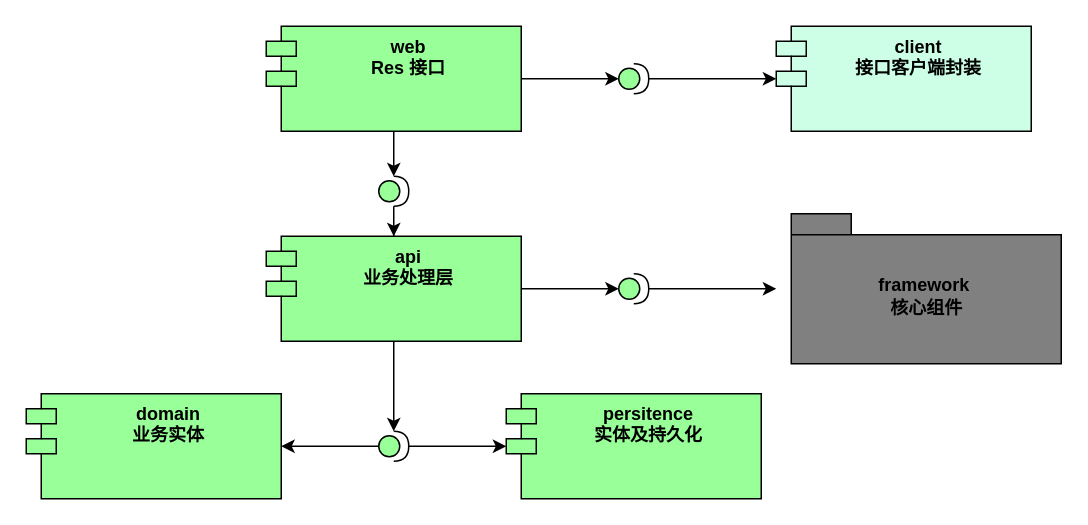
Before: framework/微服务程模块结构.drawio in Gopanpan/Gopan-drawing, a draw.io diagram. Source tidied: cells renumbered, new cells numbered last; positions are measured from the earlier drawing's top-left corner, leaving out a move shared by most shapes. Both pictures are drawn from the tidied source at 150%, with x=0, y=0 at pixel (26, 26).
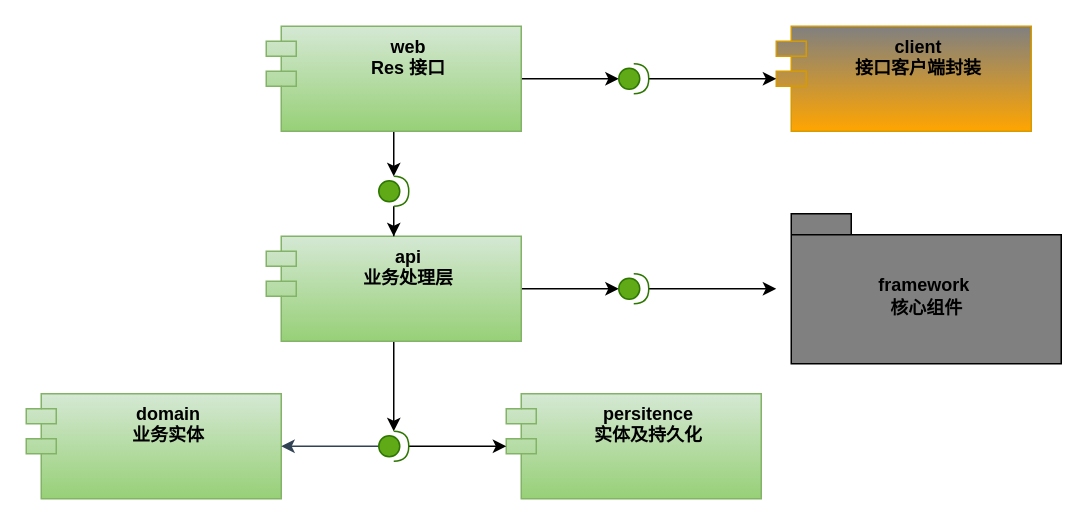
Above is the later version.

Commit message:
docs(framework): 修改颜色

Change to the diagram source:
```diff
@@
-    <mxCell id="2" value="persitence&#10;实体及持久化&#10;&#10;&#10;&#10;&#10;" style="shape=module;align=left;spacingLeft=20;align=center;verticalAlign=top;fillColor=#99FF99;fontStyle=1;" parent="1" vertex="1">
+    <mxCell id="2" value="persitence&#10;实体及持久化&#10;&#10;&#10;&#10;&#10;" style="shape=module;align=left;spacingLeft=20;align=center;verticalAlign=top;fillColor=#d5e8d4;fontStyle=1;strokeColor=#82b366;gradientColor=#97d077;fontColor=#000000;" parent="1" vertex="1">
       <mxGeometry x="320" y="245" width="170" height="70" as="geometry" />
     </mxCell>
-    <mxCell id="3" value="domain&#10;业务实体" style="shape=module;align=left;spacingLeft=20;align=center;verticalAlign=top;fillColor=#99FF99;fontStyle=1;" parent="1" vertex="1">
+    <mxCell id="3" value="domain&#10;业务实体" style="shape=module;align=left;spacingLeft=20;align=center;verticalAlign=top;fillColor=#d5e8d4;fontStyle=1;gradientColor=#97d077;strokeColor=#82b366;fontColor=#000000;" parent="1" vertex="1">
       <mxGeometry y="245" width="170" height="70" as="geometry" />
     </mxCell>
-    <mxCell id="4" style="edgeStyle=orthogonalEdgeStyle;rounded=0;jettySize=auto;html=1;" parent="1" edge="1" source="6" target="13">
+    <mxCell id="4" style="edgeStyle=orthogonalEdgeStyle;rounded=0;jettySize=auto;html=1;strokeColor=#000000;" parent="1" edge="1" source="6" target="13">
       <mxGeometry relative="1" as="geometry" />
     </mxCell>
-    <mxCell id="5" style="edgeStyle=orthogonalEdgeStyle;rounded=0;jettySize=auto;html=1;" parent="1" edge="1" source="6" target="19">
+    <mxCell id="5" style="edgeStyle=orthogonalEdgeStyle;rounded=0;jettySize=auto;html=1;strokeColor=#000000;" parent="1" edge="1" source="6" target="19">
       <mxGeometry relative="1" as="geometry" />
     </mxCell>
-    <mxCell id="6" value="api&#10;业务处理层" style="shape=module;align=left;spacingLeft=20;align=center;verticalAlign=top;fillColor=#99FF99;fontStyle=1;" parent="1" vertex="1">
+    <mxCell id="6" value="api&#10;业务处理层" style="shape=module;align=left;spacingLeft=20;align=center;verticalAlign=top;fillColor=#d5e8d4;fontStyle=1;strokeColor=#82b366;gradientColor=#97d077;fontColor=#000000;" parent="1" vertex="1">
       <mxGeometry x="160" y="140" width="170" height="70" as="geometry" />
     </mxCell>
-    <mxCell id="7" value="client&#10;接口客户端封装" style="shape=module;align=left;spacingLeft=20;align=center;verticalAlign=top;fillColor=#CCFFE6;fontStyle=1;" parent="1" vertex="1">
+    <mxCell id="7" value="client&#10;接口客户端封装" style="shape=module;align=left;spacingLeft=20;align=center;verticalAlign=top;fontStyle=1;gradientColor=#ffa500;strokeColor=#d79b00;fillColor=#808080;" parent="1" vertex="1">
       <mxGeometry x="500" width="170" height="70" as="geometry" />
     </mxCell>
-    <mxCell id="8" style="edgeStyle=orthogonalEdgeStyle;rounded=0;jettySize=auto;html=1;" parent="1" edge="1" source="10" target="15">
+    <mxCell id="8" style="edgeStyle=orthogonalEdgeStyle;rounded=0;jettySize=auto;html=1;strokeColor=#000000;" parent="1" edge="1" source="10" target="15">
       <mxGeometry relative="1" as="geometry" />
     </mxCell>
-    <mxCell id="9" style="edgeStyle=orthogonalEdgeStyle;rounded=0;jettySize=auto;html=1;" parent="1" edge="1" source="10" target="17">
+    <mxCell id="9" style="edgeStyle=orthogonalEdgeStyle;rounded=0;jettySize=auto;html=1;strokeColor=#000000;" parent="1" edge="1" source="10" target="17">
       <mxGeometry relative="1" as="geometry" />
     </mxCell>
-    <mxCell id="10" value="web&#10;Res 接口" style="shape=module;align=left;spacingLeft=20;align=center;verticalAlign=top;fillColor=#99FF99;fontStyle=1;" parent="1" vertex="1">
+    <mxCell id="10" value="web&#10;Res 接口" style="shape=module;align=left;spacingLeft=20;align=center;verticalAlign=top;fillColor=#d5e8d4;fontStyle=1;gradientColor=#97d077;strokeColor=#82b366;fontColor=#000000;" parent="1" vertex="1">
       <mxGeometry x="160" width="170" height="70" as="geometry" />
     </mxCell>
-    <mxCell id="11" style="edgeStyle=orthogonalEdgeStyle;rounded=0;jettySize=auto;html=1;" parent="1" edge="1" source="13" target="3">
+    <mxCell id="11" style="edgeStyle=orthogonalEdgeStyle;rounded=0;jettySize=auto;html=1;fillColor=#647687;strokeColor=#314354;" parent="1" edge="1" source="13" target="3">
       <mxGeometry relative="1" as="geometry" />
     </mxCell>
-    <mxCell id="12" style="edgeStyle=orthogonalEdgeStyle;rounded=0;jettySize=auto;html=1;" parent="1" edge="1" source="13" target="2">
+    <mxCell id="12" style="edgeStyle=orthogonalEdgeStyle;rounded=0;jettySize=auto;html=1;strokeColor=#000000;" parent="1" edge="1" source="13" target="2">
       <mxGeometry relative="1" as="geometry" />
     </mxCell>
-    <mxCell id="13" style="shape=providedRequiredInterface;html=1;verticalLabelPosition=bottom;fillColor=#99FF99;" parent="1" vertex="1">
+    <mxCell id="13" style="shape=providedRequiredInterface;html=1;verticalLabelPosition=bottom;fillColor=#60a917;strokeColor=#2D7600;fontColor=#ffffff;" parent="1" vertex="1">
       <mxGeometry x="235" y="270" width="20" height="20" as="geometry" />
     </mxCell>
-    <mxCell id="14" style="edgeStyle=orthogonalEdgeStyle;rounded=0;jettySize=auto;html=1;" parent="1" edge="1" source="15" target="6">
+    <mxCell id="14" style="edgeStyle=orthogonalEdgeStyle;rounded=0;jettySize=auto;html=1;strokeColor=#000000;" parent="1" edge="1" source="15" target="6">
       <mxGeometry relative="1" as="geometry" />
     </mxCell>
-    <mxCell id="15" style="shape=providedRequiredInterface;html=1;verticalLabelPosition=bottom;fillColor=#99FF99;" parent="1" vertex="1">
+    <mxCell id="15" style="shape=providedRequiredInterface;html=1;verticalLabelPosition=bottom;fillColor=#60a917;strokeColor=#2D7600;fontColor=#ffffff;" parent="1" vertex="1">
       <mxGeometry x="235" y="100" width="20" height="20" as="geometry" />
     </mxCell>
-    <mxCell id="16" style="edgeStyle=orthogonalEdgeStyle;rounded=0;jettySize=auto;html=1;" parent="1" edge="1" source="17" target="7">
+    <mxCell id="16" style="edgeStyle=orthogonalEdgeStyle;rounded=0;jettySize=auto;html=1;strokeColor=#000000;" parent="1" edge="1" source="17" target="7">
       <mxGeometry relative="1" as="geometry" />
     </mxCell>
-    <mxCell id="17" style="shape=providedRequiredInterface;html=1;verticalLabelPosition=bottom;fillColor=#99FF99;" parent="1" vertex="1">
+    <mxCell id="17" style="shape=providedRequiredInterface;html=1;verticalLabelPosition=bottom;fillColor=#60a917;strokeColor=#2D7600;fontColor=#ffffff;" parent="1" vertex="1">
       <mxGeometry x="395" y="25" width="20" height="20" as="geometry" />
     </mxCell>
-    <mxCell id="18" style="edgeStyle=orthogonalEdgeStyle;rounded=0;jettySize=auto;html=1;" parent="1" edge="1" source="19">
+    <mxCell id="18" style="edgeStyle=orthogonalEdgeStyle;rounded=0;jettySize=auto;html=1;strokeColor=#000000;" parent="1" edge="1" source="19">
       <mxGeometry relative="1" as="geometry">
         <mxPoint x="500" y="175" as="targetPoint" />
       </mxGeometry>
     </mxCell>
-    <mxCell id="19" style="shape=providedRequiredInterface;html=1;verticalLabelPosition=bottom;fillColor=#99FF99;" parent="1" vertex="1">
+    <mxCell id="19" style="shape=providedRequiredInterface;html=1;verticalLabelPosition=bottom;fillColor=#60a917;strokeColor=#2D7600;fontColor=#ffffff;" parent="1" vertex="1">
       <mxGeometry x="395" y="165" width="20" height="20" as="geometry" />
     </mxCell>
```
